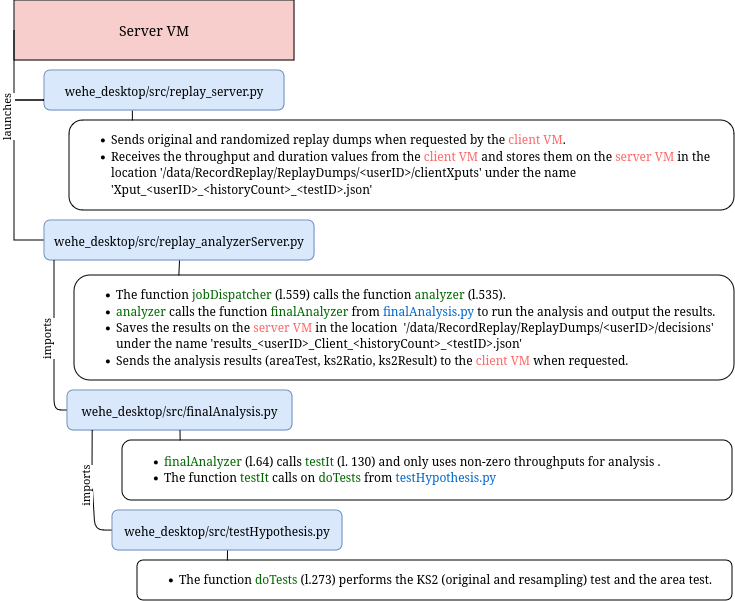
Before: Programs.png, a diagram exported from draw.io (nada-dandachi/wehe_demo). Source tidied: cells renumbered, new cells last; positions are measured from the earlier drawing's top-left corner, leaving out a move shared by most shapes.
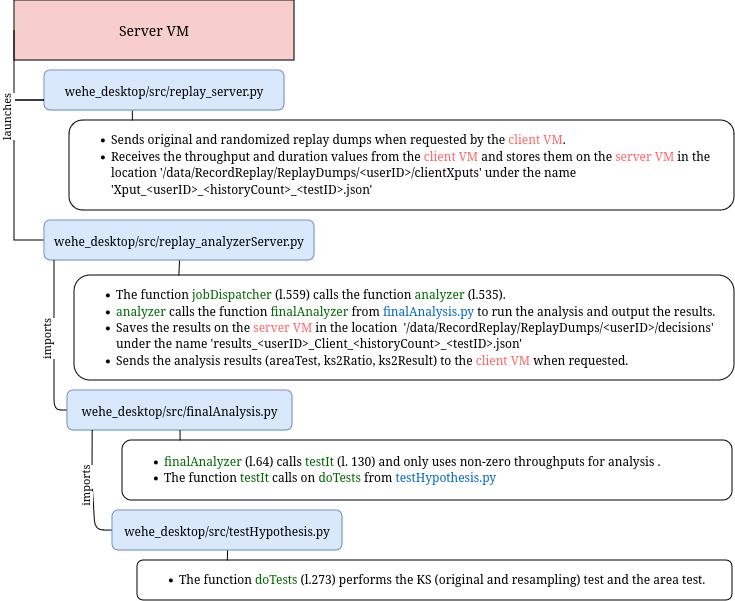
After the change.

Change to the diagram source:
```diff
@@ -69,7 +69,7 @@
     <mxCell id="15" style="edgeStyle=orthogonalEdgeStyle;rounded=0;jettySize=auto;html=1;exitX=0.5;exitY=1;exitDx=0;exitDy=0;entryX=0.151;entryY=0.05;entryDx=0;entryDy=0;entryPerimeter=0;endArrow=none;endFill=0;" parent="1" edge="1" source="14" target="16">
       <mxGeometry relative="1" as="geometry" />
     </mxCell>
-    <mxCell id="16" value="&lt;div align=&quot;left&quot;&gt;&lt;ul&gt;&lt;li&gt;&lt;font face=&quot;Verdana&quot;&gt;The function &lt;font color=&quot;#006600&quot;&gt;doTests&lt;/font&gt; (l.273) performs the KS2 (original and resampling) test and the area test.&lt;/font&gt;&lt;/li&gt;&lt;/ul&gt;&lt;/div&gt;" style="rounded=1;whiteSpace=wrap;html=1;align=left;" parent="1" vertex="1">
+    <mxCell id="16" value="&lt;div align=&quot;left&quot;&gt;&lt;ul&gt;&lt;li&gt;&lt;font face=&quot;Verdana&quot;&gt;The function &lt;font color=&quot;#006600&quot;&gt;doTests&lt;/font&gt; (l.273) performs the KS (original and resampling) test and the area test.&lt;/font&gt;&lt;/li&gt;&lt;/ul&gt;&lt;/div&gt;" style="rounded=1;whiteSpace=wrap;html=1;align=left;" parent="1" vertex="1">
       <mxGeometry x="123" y="560" width="595" height="40" as="geometry" />
     </mxCell>
     <mxCell id="17" style="edgeStyle=orthogonalEdgeStyle;rounded=0;jettySize=auto;html=1;exitX=0.5;exitY=1;exitDx=0;exitDy=0;entryX=0.158;entryY=0.019;entryDx=0;entryDy=0;entryPerimeter=0;endArrow=none;endFill=0;" parent="1" edge="1" source="7" target="18">
```
